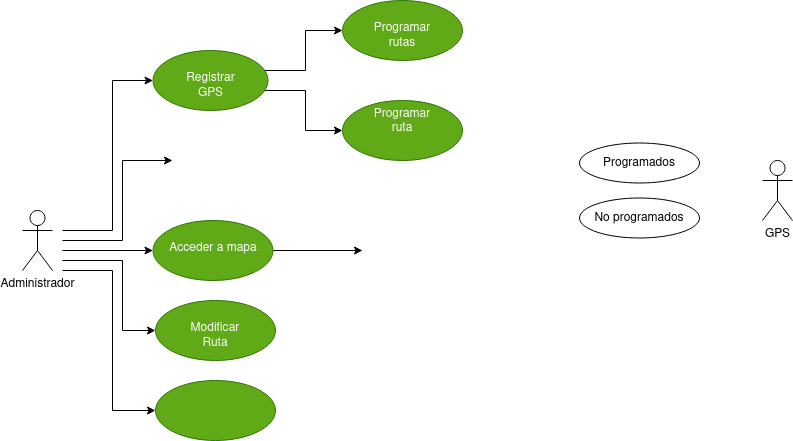
The draw.io diagram Tareas/Tarea3/img/GpsPuerto.drawio.png in colidom/ets, before a commit. Source tidied: cells renumbered, new cells last; positions are measured from the earlier drawing's top-left corner, leaving out a move shared by most shapes.
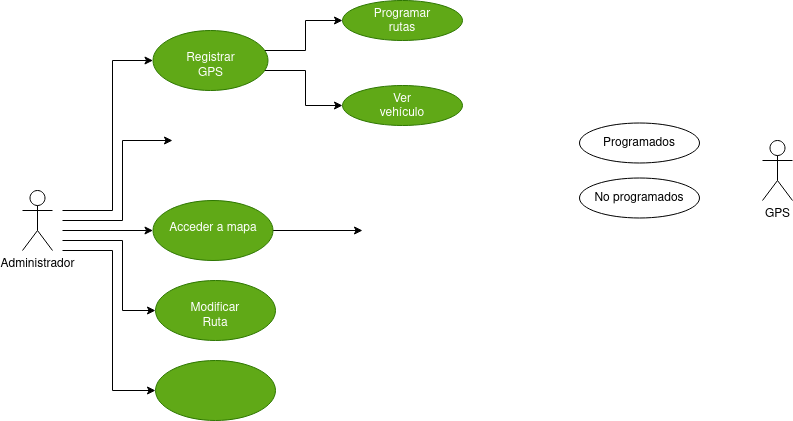
After the change.

Diff of the diagram source:
```diff
@@ -21,7 +21,8 @@
       <mxGeometry relative="1" as="geometry">
         <Array as="points">
           <mxPoint x="283" y="70" />
-          <mxPoint x="283" y="30" />
+          <mxPoint x="283" y="40" />
+          <mxPoint x="320" y="40" />
         </Array>
       </mxGeometry>
     </mxCell>
@@ -29,7 +30,7 @@
       <mxGeometry relative="1" as="geometry">
         <Array as="points">
           <mxPoint x="283" y="90" />
-          <mxPoint x="283" y="130" />
+          <mxPoint x="283" y="125" />
         </Array>
       </mxGeometry>
     </mxCell>
@@ -74,8 +75,8 @@
         </Array>
       </mxGeometry>
     </mxCell>
-    <mxCell id="15" value="&lt;div&gt;&lt;br&gt;&lt;/div&gt;&lt;div&gt;Programar&lt;/div&gt;&lt;div&gt;rutas&lt;br&gt;&lt;/div&gt;" style="ellipse;whiteSpace=wrap;html=1;verticalAlign=top;fillColor=#60a917;fontColor=#ffffff;strokeColor=#2D7600;" parent="1" vertex="1">
-      <mxGeometry x="320" width="120" height="60" as="geometry" />
+    <mxCell id="15" value="Programar&lt;div&gt;rutas&lt;br&gt;&lt;/div&gt;" style="ellipse;whiteSpace=wrap;html=1;verticalAlign=top;fillColor=#60a917;fontColor=#ffffff;strokeColor=#2D7600;" parent="1" vertex="1">
+      <mxGeometry x="320" y="20" width="120" height="40" as="geometry" />
     </mxCell>
     <mxCell id="16" style="edgeStyle=orthogonalEdgeStyle;rounded=0;orthogonalLoop=1;jettySize=auto;html=1;" parent="1" edge="1">
       <mxGeometry relative="1" as="geometry">
@@ -93,8 +94,8 @@
     <mxCell id="18" value="No programados" style="ellipse;whiteSpace=wrap;html=1;" parent="1" vertex="1">
       <mxGeometry x="557" y="197.5" width="120" height="40" as="geometry" />
     </mxCell>
-    <mxCell id="19" value="&lt;div&gt;Programar&lt;/div&gt;&lt;div&gt;ruta&lt;br&gt;&lt;/div&gt;" style="ellipse;whiteSpace=wrap;html=1;verticalAlign=top;fillColor=#60a917;fontColor=#ffffff;strokeColor=#2D7600;" parent="1" vertex="1">
-      <mxGeometry x="320" y="100" width="120" height="60" as="geometry" />
+    <mxCell id="19" value="&lt;div&gt;Ver &lt;br&gt;&lt;/div&gt;&lt;div&gt;vehículo&lt;/div&gt;" style="ellipse;whiteSpace=wrap;html=1;verticalAlign=top;fillColor=#60a917;fontColor=#ffffff;strokeColor=#2D7600;" parent="1" vertex="1">
+      <mxGeometry x="320" y="105" width="120" height="40" as="geometry" />
     </mxCell>
   </root>
 </mxGraphModel>
```
